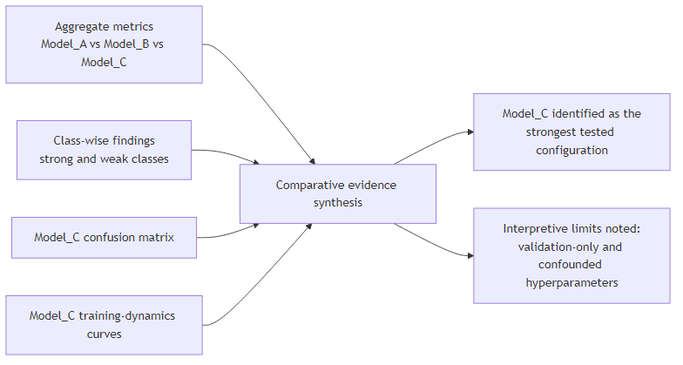
Before: deliverables/figures/results-synthesis.png, a diagram exported from Mermaid (arceezi/datascience3-yolov26). Its source is kept beside it as deliverables/figures/mermaid/results-synthesis.mmd. Its diagram source:
```mermaid
flowchart LR
    A["Aggregate metrics<br/>Model_A vs Model_B vs Model_C"] --> E["Comparative evidence synthesis"]
    B["Class-wise findings<br/>strong and weak classes"] --> E
    C["Model_C confusion matrix"] --> E
    D["Model_C training-dynamics curves"] --> E
    E --> F["Model_C identified as the<br/>strongest tested configuration"]
    E --> G["Interpretive limits noted:<br/>validation-only and confounded hyperparameters"]
```
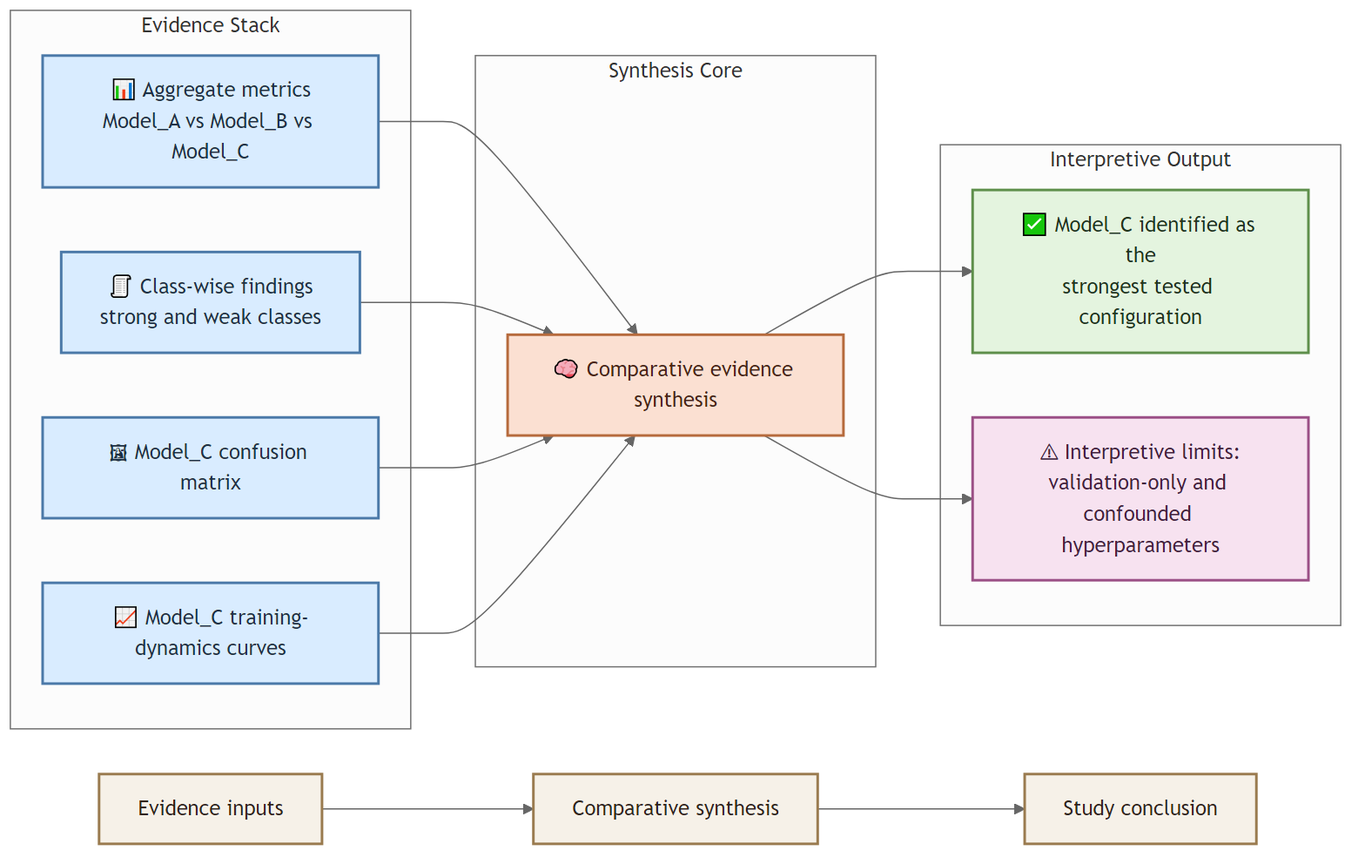
After the change.

Change to the diagram source:
```diff
@@ -1,7 +1,34 @@
 flowchart LR
-    A["Aggregate metrics<br/>Model_A vs Model_B vs Model_C"] --> E["Comparative evidence synthesis"]
-    B["Class-wise findings<br/>strong and weak classes"] --> E
-    C["Model_C confusion matrix"] --> E
-    D["Model_C training-dynamics curves"] --> E
-    E --> F["Model_C identified as the<br/>strongest tested configuration"]
-    E --> G["Interpretive limits noted:<br/>validation-only and confounded hyperparameters"]
+    classDef stage fill:#f6f1e8,stroke:#9a7b4f,stroke-width:2px,color:#2f2417;
+    classDef evidence fill:#d9ecff,stroke:#4b79a8,stroke-width:2px,color:#1b3146;
+    classDef synth fill:#fbe0d2,stroke:#b66a3c,stroke-width:2px,color:#4a2410;
+    classDef output fill:#e4f4df,stroke:#5e8f4b,stroke-width:2px,color:#21341a;
+    classDef limit fill:#f7e2f0,stroke:#9b4f86,stroke-width:2px,color:#45203b;
+
+    U1["Evidence inputs"]:::stage --> U2["Comparative synthesis"]:::stage --> U3["Study conclusion"]:::stage
+
+    subgraph E1["Evidence Stack"]
+        direction TB
+        A["📊 Aggregate metrics<br/>Model_A vs Model_B vs Model_C"]:::evidence
+        B["🧾 Class-wise findings<br/>strong and weak classes"]:::evidence
+        C["🖼 Model_C confusion matrix"]:::evidence
+        D["📈 Model_C training-dynamics curves"]:::evidence
+    end
+
+    subgraph E2["Synthesis Core"]
+        direction TB
+        E["🧠 Comparative evidence synthesis"]:::synth
+    end
+
+    subgraph E3["Interpretive Output"]
+        direction TB
+        F["✅ Model_C identified as the<br/>strongest tested configuration"]:::output
+        G["⚠ Interpretive limits:<br/>validation-only and confounded hyperparameters"]:::limit
+    end
+
+    A --> E
+    B --> E
+    C --> E
+    D --> E
+    E --> F
+    E --> G
```
